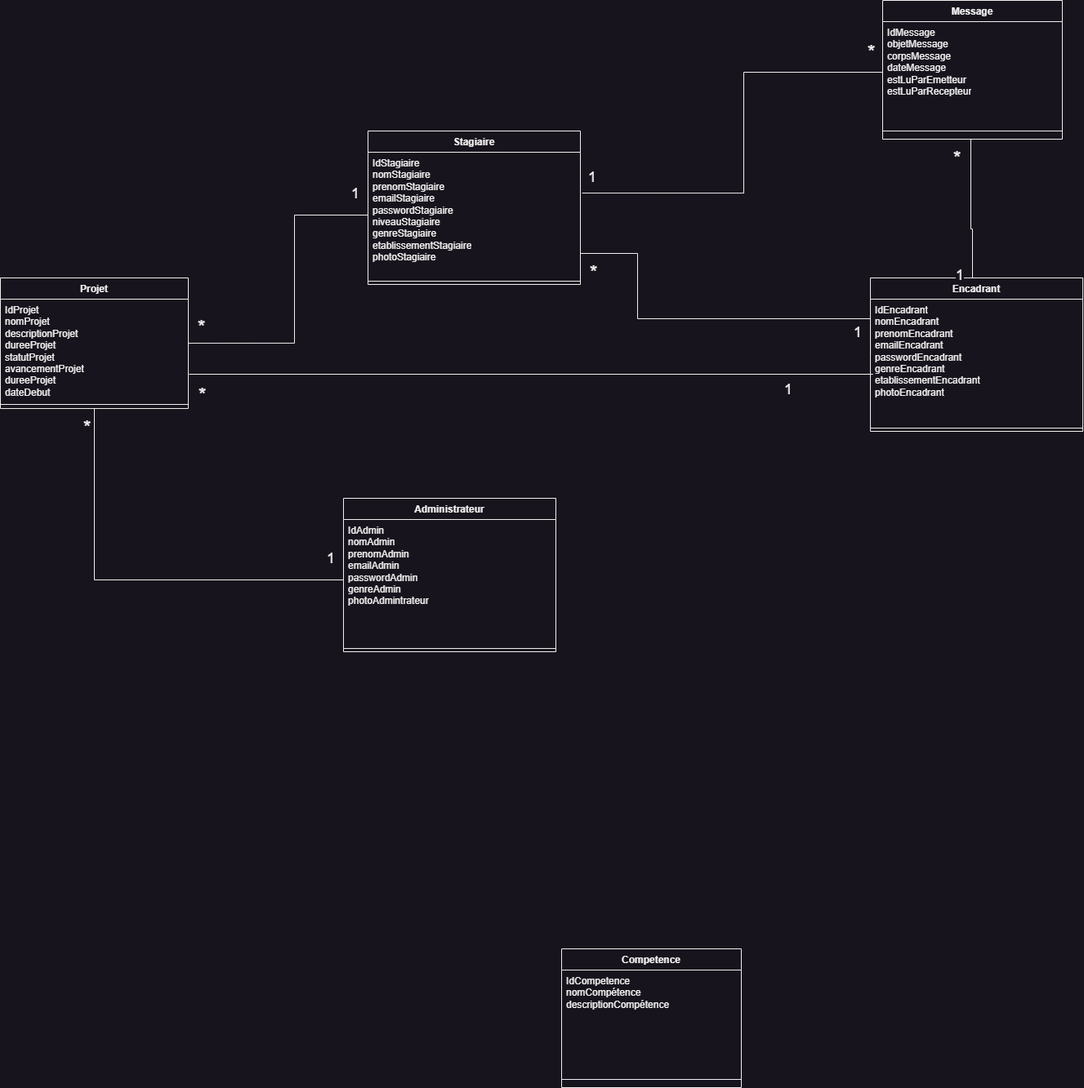
Above: digrams/diagramme de classes.png in mouhebmhd/stageBoard (draw.io), before the change. Source tidied: cells renumbered, new cells last; positions are measured from the earlier drawing's top-left corner, leaving out a move shared by most shapes.
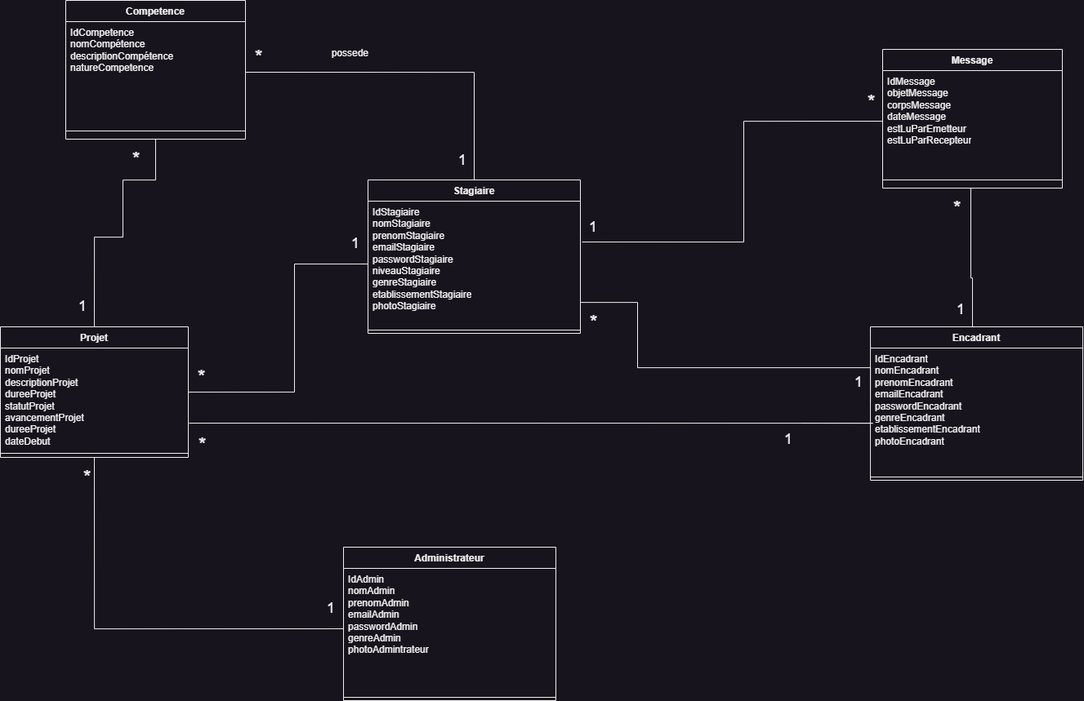
The same diagram one commit later.

Diff of the diagram source:
```diff
@@ -38,15 +38,6 @@
     <mxCell id="13" style="line;strokeWidth=1;fillColor=none;align=left;verticalAlign=middle;spacingTop=-1;spacingLeft=3;spacingRight=3;labelPosition=right;strokeColor=inherit;" parent="11" vertex="1">
       <mxGeometry y="150" width="230" height="10" as="geometry" />
     </mxCell>
-    <mxCell id="14" value="Competence" style="swimlane;fontStyle=1;align=center;verticalAlign=top;horizontal=1;startSize=26;whiteSpace=wrap;html=1;" parent="1" vertex="1">
-      <mxGeometry x="687" y="1162" width="220" height="170" as="geometry" />
-    </mxCell>
-    <mxCell id="15" value="&lt;div&gt;&lt;span style=&quot;background-color: initial;&quot;&gt;IdCompetence&lt;/span&gt;&lt;/div&gt;&lt;div&gt;&lt;span style=&quot;background-color: initial;&quot;&gt;nomCompétence&lt;/span&gt;&lt;br&gt;&lt;/div&gt;&lt;div&gt;descriptionCompétence&lt;/div&gt;&lt;div&gt;&lt;br&gt;&lt;/div&gt;" style="text;strokeColor=none;fillColor=none;align=left;verticalAlign=top;spacingLeft=4;spacingRight=4;overflow=hidden;whiteSpace=wrap;html=1;" parent="14" vertex="1">
-      <mxGeometry y="26" width="220" height="124" as="geometry" />
-    </mxCell>
-    <mxCell id="16" style="line;strokeWidth=1;fillColor=none;align=left;verticalAlign=middle;spacingTop=-1;spacingLeft=3;spacingRight=3;labelPosition=right;strokeColor=inherit;" parent="14" vertex="1">
-      <mxGeometry y="150" width="220" height="20" as="geometry" />
-    </mxCell>
     <mxCell id="17" value="Message" style="swimlane;fontStyle=1;align=center;verticalAlign=top;horizontal=1;startSize=26;whiteSpace=wrap;html=1;" parent="1" vertex="1">
       <mxGeometry x="1080" width="220" height="170" as="geometry" />
     </mxCell>
@@ -128,7 +119,7 @@
     </mxCell>
     <mxCell id="31" value="&lt;font style=&quot;font-size: 18px;&quot;&gt;1&lt;/font&gt;" style="edgeLabel;html=1;align=right;verticalAlign=bottom;" parent="29" vertex="1">
       <mxGeometry x="1" relative="1" as="geometry">
-        <mxPoint x="-8" y="180" as="offset" />
+        <mxPoint x="-8" y="160" as="offset" />
       </mxGeometry>
     </mxCell>
     <mxCell id="32" style="endArrow=none;html=1;edgeStyle=orthogonalEdgeStyle;rounded=0;exitX=1.004;exitY=0.742;exitDx=0;exitDy=0;exitPerimeter=0;" parent="1" edge="1" source="12">
@@ -167,5 +158,54 @@
         <mxPoint x="-10" y="-13" as="offset" />
       </mxGeometry>
     </mxCell>
+    <mxCell id="14" value="Competence" style="swimlane;fontStyle=1;align=center;verticalAlign=top;horizontal=1;startSize=26;whiteSpace=wrap;html=1;" parent="1" vertex="1">
+      <mxGeometry x="80" y="-60" width="220" height="170" as="geometry" />
+    </mxCell>
+    <mxCell id="38" value="&lt;div&gt;&lt;span style=&quot;background-color: initial;&quot;&gt;IdCompetence&lt;/span&gt;&lt;/div&gt;&lt;div&gt;&lt;span style=&quot;background-color: initial;&quot;&gt;nomCompétence&lt;/span&gt;&lt;br&gt;&lt;/div&gt;&lt;div&gt;descriptionCompétence&lt;/div&gt;&lt;div&gt;natureCompetence&amp;nbsp;&lt;/div&gt;&lt;div&gt;&lt;br&gt;&lt;/div&gt;" style="text;strokeColor=none;fillColor=none;align=left;verticalAlign=top;spacingLeft=4;spacingRight=4;overflow=hidden;points=[[0,0.5],[1,0.5]];portConstraint=eastwest;whiteSpace=wrap;html=1;" parent="14" vertex="1">
+      <mxGeometry y="26" width="220" height="124" as="geometry" />
+    </mxCell>
+    <mxCell id="16" style="line;strokeWidth=1;fillColor=none;align=left;verticalAlign=middle;spacingTop=-1;spacingLeft=3;spacingRight=3;labelPosition=right;strokeColor=inherit;" parent="14" vertex="1">
+      <mxGeometry y="150" width="220" height="20" as="geometry" />
+    </mxCell>
+    <mxCell id="39" style="endArrow=none;html=1;edgeStyle=orthogonalEdgeStyle;rounded=0;exitX=1;exitY=0.5;exitDx=0;exitDy=0;entryX=0.5;entryY=0;entryDx=0;entryDy=0;" parent="1" edge="1" source="38" target="2">
+      <mxGeometry relative="1" as="geometry">
+        <Array as="points">
+          <mxPoint x="580" y="28" />
+        </Array>
+      </mxGeometry>
+    </mxCell>
+    <mxCell id="40" value="&lt;font style=&quot;font-size: 24px;&quot;&gt;*&lt;/font&gt;" style="edgeLabel;html=1;align=left;verticalAlign=bottom;" parent="39" vertex="1">
+      <mxGeometry x="-1" relative="1" as="geometry">
+        <mxPoint x="10" y="-3" as="offset" />
+      </mxGeometry>
+    </mxCell>
+    <mxCell id="41" value="&lt;font style=&quot;font-size: 18px;&quot;&gt;1&lt;/font&gt;" style="edgeLabel;html=1;align=right;verticalAlign=bottom;" parent="39" vertex="1">
+      <mxGeometry x="1" relative="1" as="geometry">
+        <mxPoint x="-10" y="-13" as="offset" />
+      </mxGeometry>
+    </mxCell>
+    <mxCell id="42" value="possede&amp;nbsp;" style="text;html=1;align=center;verticalAlign=middle;whiteSpace=wrap;rounded=0;" parent="1" vertex="1">
+      <mxGeometry x="400" y="-10" width="60" height="30" as="geometry" />
+    </mxCell>
+    <mxCell id="43" style="endArrow=none;html=1;edgeStyle=orthogonalEdgeStyle;rounded=0;exitX=0.5;exitY=1;exitDx=0;exitDy=0;entryX=0.5;entryY=0;entryDx=0;entryDy=0;" parent="1" edge="1" source="14" target="11">
+      <mxGeometry relative="1" as="geometry">
+        <Array as="points">
+          <mxPoint x="190" y="160" />
+          <mxPoint x="150" y="160" />
+          <mxPoint x="150" y="230" />
+          <mxPoint x="115" y="230" />
+        </Array>
+      </mxGeometry>
+    </mxCell>
+    <mxCell id="44" value="&lt;font style=&quot;font-size: 24px;&quot;&gt;*&lt;/font&gt;" style="edgeLabel;html=1;align=left;verticalAlign=bottom;" parent="43" vertex="1">
+      <mxGeometry x="-1" relative="1" as="geometry">
+        <mxPoint x="-30" y="40" as="offset" />
+      </mxGeometry>
+    </mxCell>
+    <mxCell id="45" value="&lt;font style=&quot;font-size: 18px;&quot;&gt;1&lt;/font&gt;" style="edgeLabel;html=1;align=right;verticalAlign=bottom;" parent="43" vertex="1">
+      <mxGeometry x="1" relative="1" as="geometry">
+        <mxPoint x="-10" y="-13" as="offset" />
+      </mxGeometry>
+    </mxCell>
   </root>
 </mxGraphModel>
```
